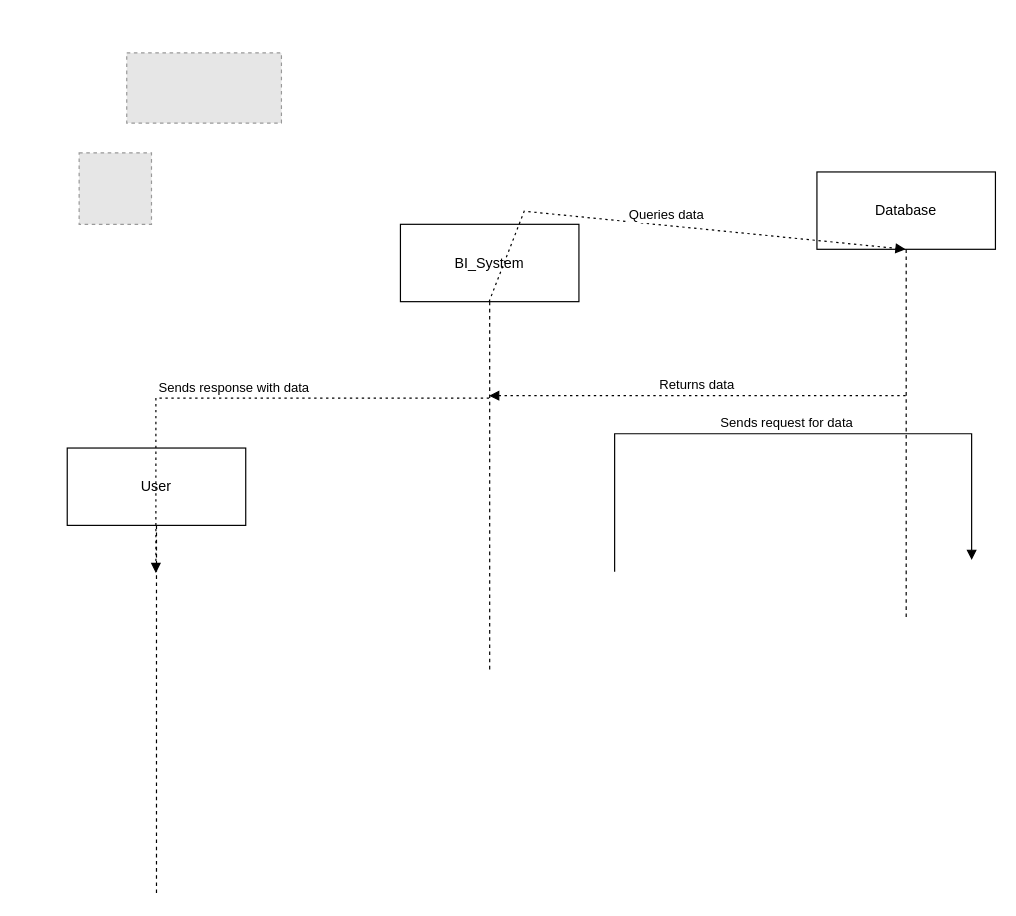
The draw.io diagram BI System.drawio in irtezachy/Design-Business-Inteligent-System, before the edit. Source tidied: cells renumbered, new cells numbered last; positions are measured from the earlier drawing's top-left corner, leaving out a move shared by most shapes. Both pictures are drawn from the tidied source at 119%, with x=0, y=0 at pixel (67, 52). Pictures stored in the file or linked from it are replaced by grey dashed boxes.
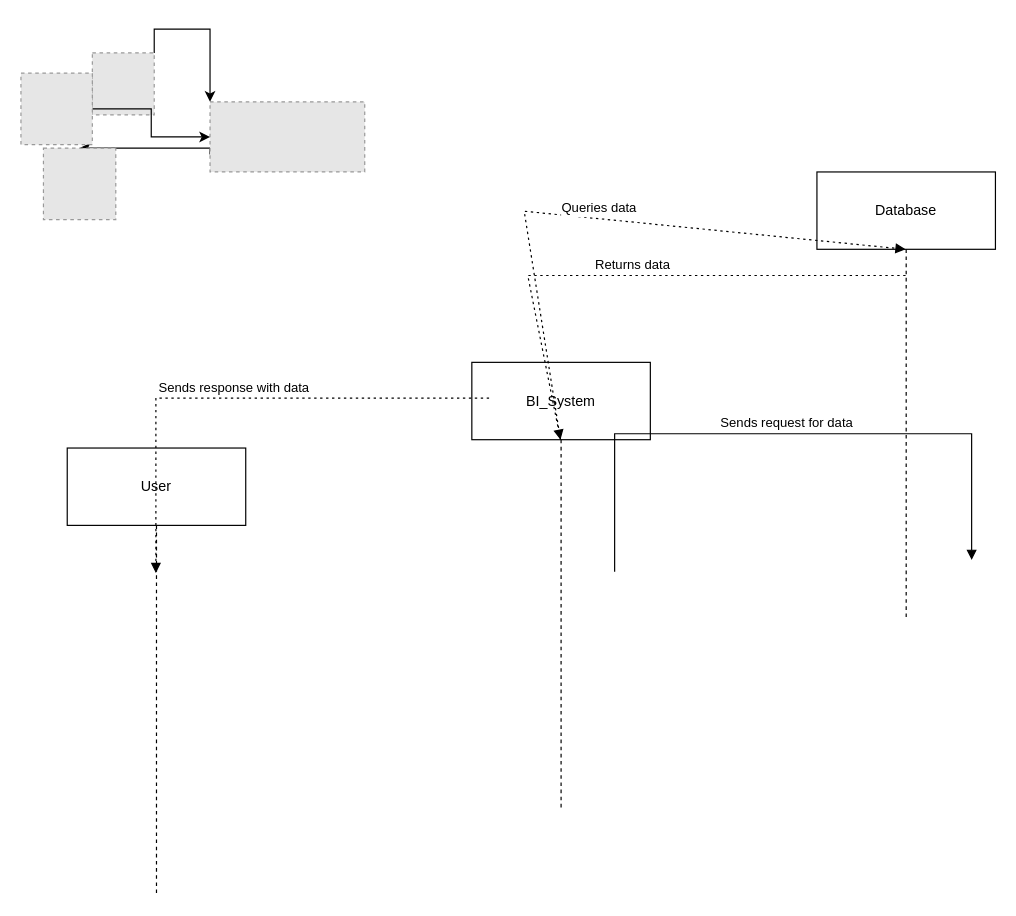
The same page after the edit.

Change to the diagram source:
```diff
@@
     <mxCell id="3" value="BI_System" style="shape=umlLifeline;perimeter=lifelinePerimeter;whiteSpace=wrap;outlineConnect=0;portConstraint=eastwest;newEdgeStyle={&quot;edgeStyle&quot;:&quot;elbowEdgeStyle&quot;,&quot;elbow&quot;:&quot;vertical&quot;,&quot;curved&quot;:0,&quot;rounded&quot;:0};size=65;" parent="1" vertex="1">
-      <mxGeometry x="280" y="144" width="150" height="376" as="geometry" />
+      <mxGeometry x="340" y="260" width="150" height="376" as="geometry" />
     </mxCell>
@@
+    <mxCell id="11" style="edgeStyle=orthogonalEdgeStyle;rounded=0;jettySize=auto;html=1;entryX=0.5;entryY=0;entryDx=0;entryDy=0;exitX=0;exitY=0.75;exitDx=0;exitDy=0;" parent="1" edge="1" source="9" target="10">
+      <mxGeometry relative="1" as="geometry">
+        <Array as="points">
+          <mxPoint x="50" y="80" />
+          <mxPoint x="10" y="80" />
+        </Array>
+      </mxGeometry>
+    </mxCell>
     <mxCell id="9" style="fillColor=#E6E6E6;strokeColor=#999999;dashed=1;verticalLabelPosition=bottom;labelBackgroundColor=default;verticalAlign=top;" parent="1" vertex="1">
-      <mxGeometry x="50" width="130" height="58.9" as="geometry" />
+      <mxGeometry x="120" y="41.1" width="130" height="58.9" as="geometry" />
     </mxCell>
     <mxCell id="10" style="fillColor=#E6E6E6;strokeColor=#999999;dashed=1;verticalLabelPosition=bottom;labelBackgroundColor=default;verticalAlign=top;" parent="1" vertex="1">
-      <mxGeometry x="10" y="84" width="60.8" height="60" as="geometry" />
+      <mxGeometry x="-20" y="80" width="60.8" height="60" as="geometry" />
     </mxCell>
+    <mxCell id="12" style="edgeStyle=orthogonalEdgeStyle;rounded=0;jettySize=auto;html=1;exitX=1;exitY=0;exitDx=0;exitDy=0;entryX=0;entryY=0;entryDx=0;entryDy=0;" parent="1" edge="1" source="13" target="9">
+      <mxGeometry relative="1" as="geometry" />
+    </mxCell>
+    <mxCell id="13" style="fillColor=#E6E6E6;strokeColor=#999999;dashed=1;verticalLabelPosition=bottom;labelBackgroundColor=default;verticalAlign=top;" parent="1" vertex="1">
+      <mxGeometry x="21.1" width="52" height="52" as="geometry" />
+    </mxCell>
+    <mxCell id="14" style="edgeStyle=orthogonalEdgeStyle;rounded=0;jettySize=auto;html=1;exitX=1;exitY=0.5;exitDx=0;exitDy=0;entryX=0;entryY=0.5;entryDx=0;entryDy=0;" parent="1" edge="1" source="15" target="9">
+      <mxGeometry relative="1" as="geometry" />
+    </mxCell>
+    <mxCell id="15" style="fillColor=#E6E6E6;strokeColor=#999999;dashed=1;verticalLabelPosition=bottom;labelBackgroundColor=default;verticalAlign=top;" parent="1" vertex="1">
+      <mxGeometry x="-38.9" y="17" width="60" height="60" as="geometry" />
+    </mxCell>
```
